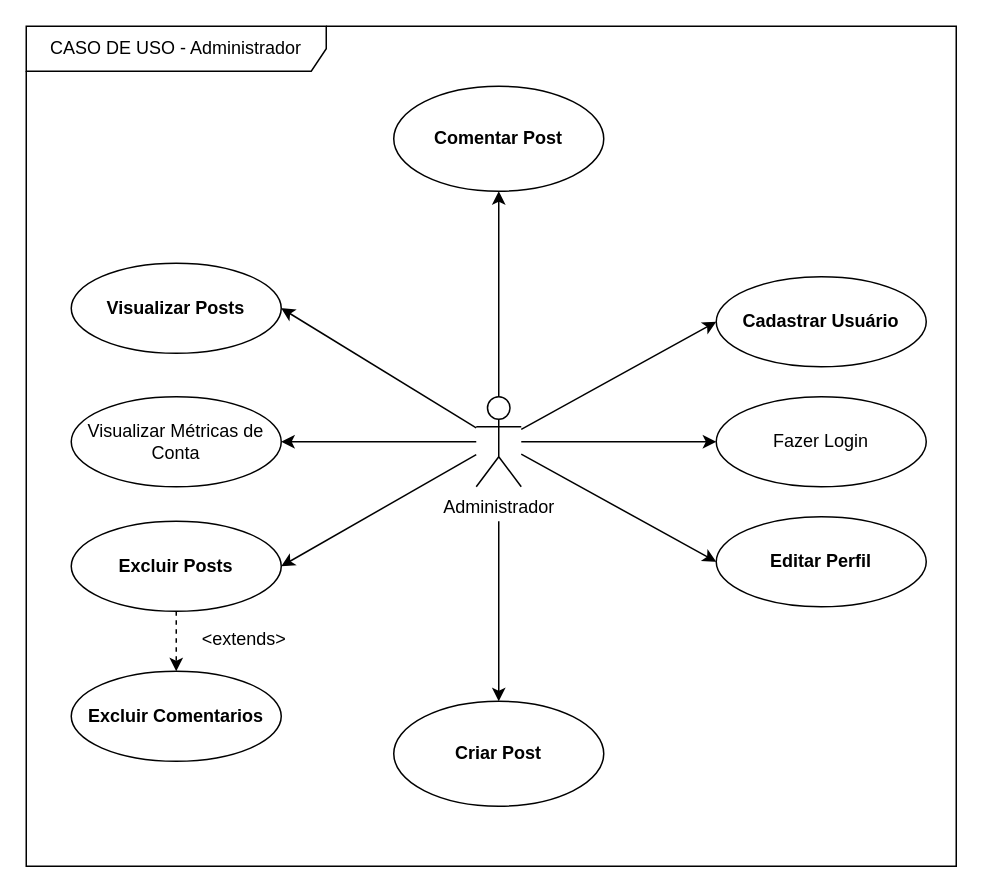
Earlier version of the draw.io diagram documentação/Diagramas/02 - Diagrama de Casos de Uso - Administrador.drawio (AntonioMenelau/FatecConnect-TG). Source tidied: cells renumbered, new cells numbered last; positions are measured from the earlier drawing's top-left corner, leaving out a move shared by most shapes. Both pictures are drawn from the tidied source at 150%, with x=0, y=0 at pixel (26, 26).
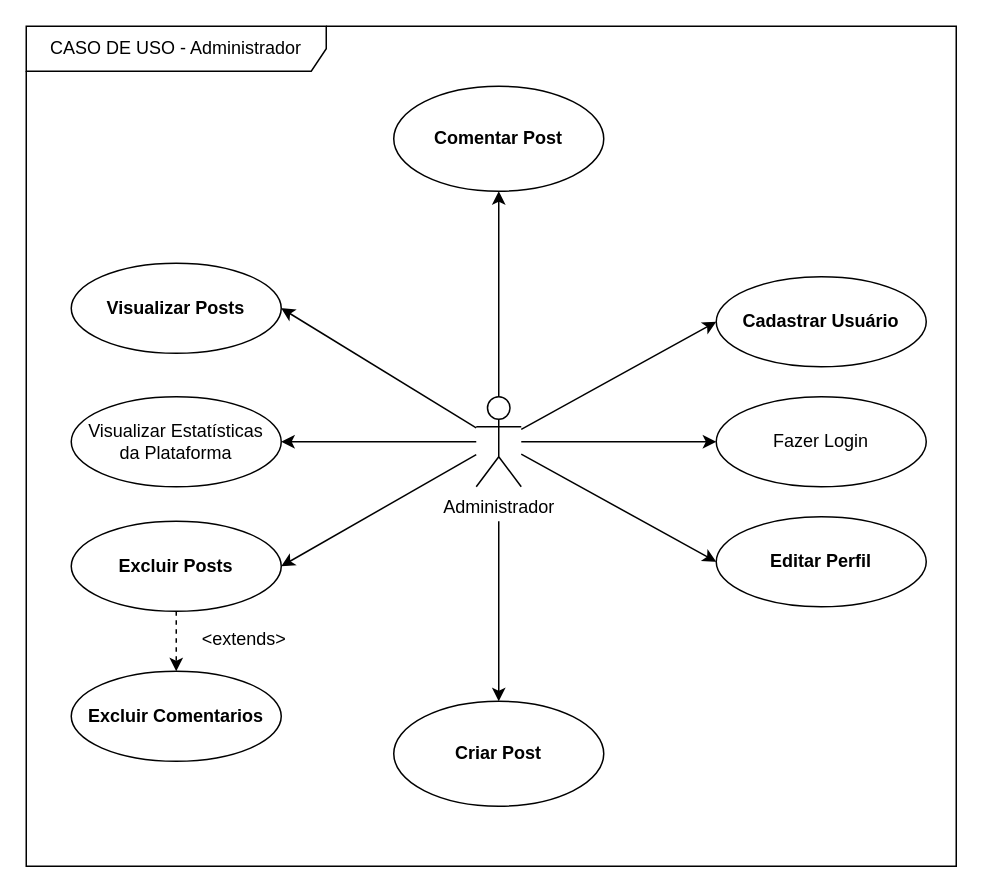
The same diagram, later.

Commit message (it also covers changes not shown here):
atualização dos requisitos funcionais - Visualizar Estatísticas da Plataforma

Diff of the diagram source:
```diff
@@
-    <mxCell id="22" value="Visualizar Métricas de Conta" style="ellipse;whiteSpace=wrap;html=1;" parent="1" vertex="1">
+    <mxCell id="22" value="&lt;span style=&quot;line-height: 115%; font-family: Arial, sans-serif;&quot;&gt;&lt;font&gt;Visualizar Estatísticas&lt;/font&gt;&lt;/span&gt;&lt;div&gt;&lt;span style=&quot;line-height: 115%; font-family: Arial, sans-serif;&quot;&gt;&lt;font&gt;da Plataforma&lt;/font&gt;&lt;/span&gt;&lt;/div&gt;" style="ellipse;whiteSpace=wrap;html=1;" parent="1" vertex="1">
       <mxGeometry x="30" y="247" width="140" height="60" as="geometry" />
     </mxCell>
```
